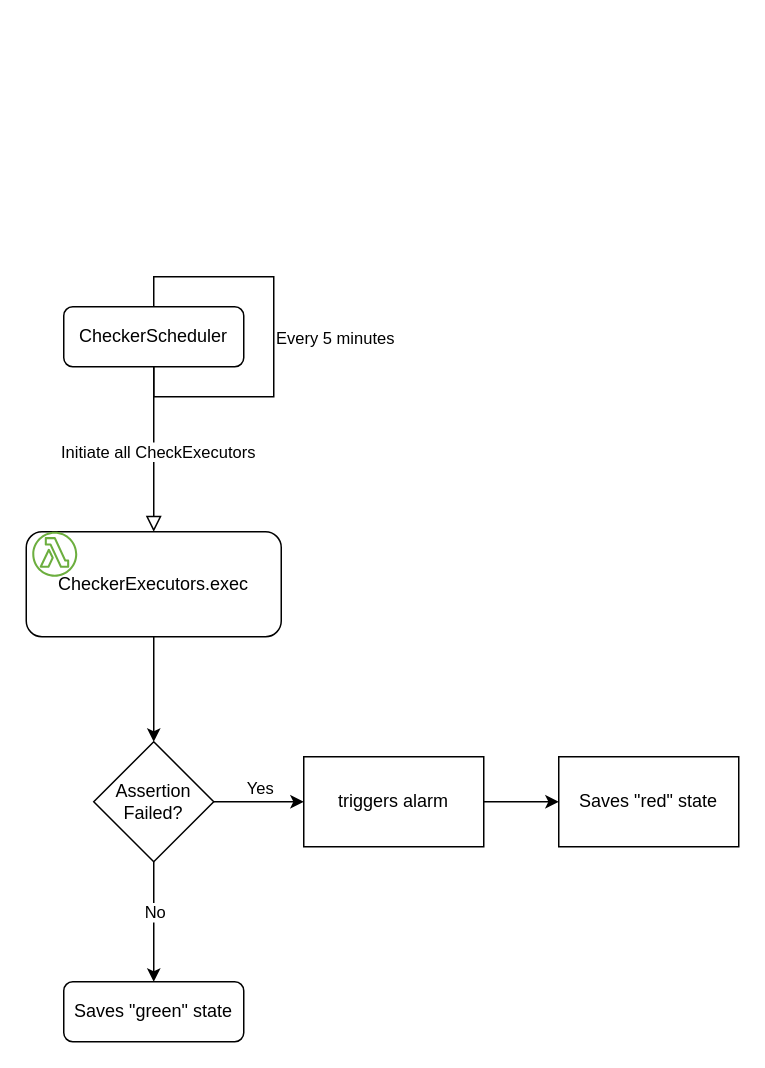
Before: Untitled Diagram.drawio in era/malleable-checker, a draw.io diagram. Source tidied: cells renumbered, new cells numbered last; positions are measured from the earlier drawing's top-left corner, leaving out a move shared by most shapes. Both pictures are drawn from the tidied source at 150%, with x=0, y=0 at pixel (26, 306).
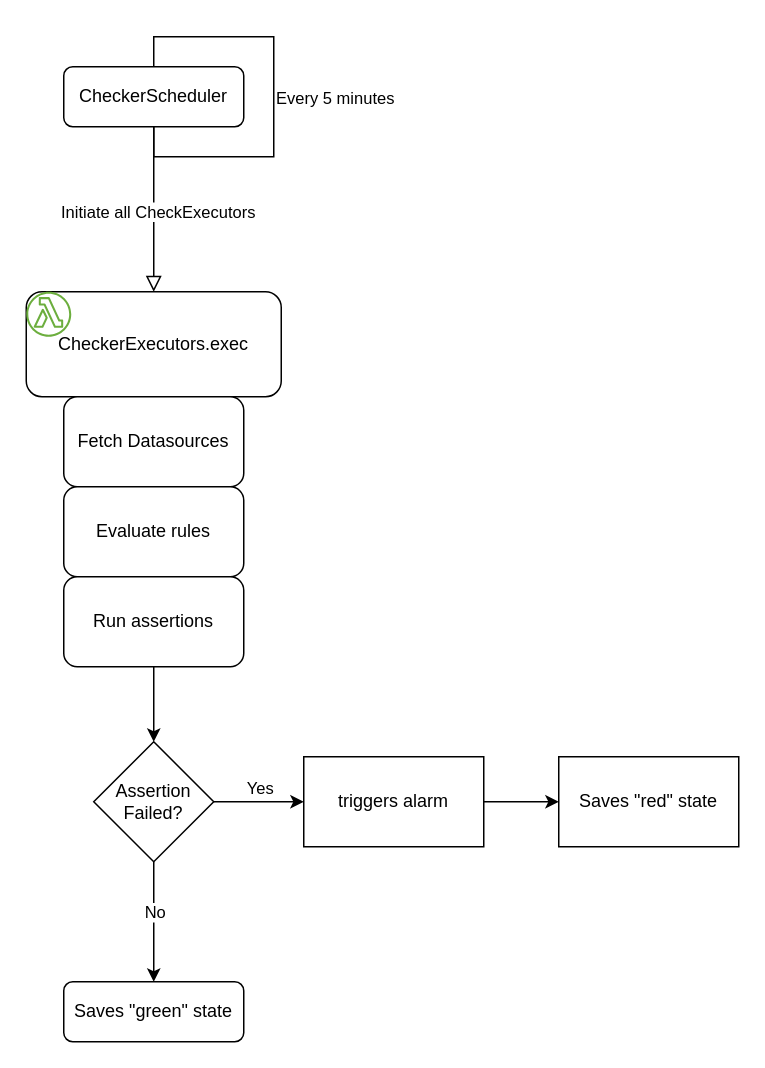
The same page after the edit.

Diff of the diagram source:
```diff
@@
     <mxCell id="6" value="CheckerScheduler" style="rounded=1;whiteSpace=wrap;html=1;fontSize=12;glass=0;strokeWidth=1;shadow=0;" parent="1" vertex="1">
-      <mxGeometry x="25" width="120" height="40" as="geometry" />
+      <mxGeometry x="25" y="-160" width="120" height="40" as="geometry" />
     </mxCell>
@@
     <mxCell id="8" value="CheckerExecutors.exec" style="rounded=1;whiteSpace=wrap;html=1;" parent="1" vertex="1">
-      <mxGeometry y="150" width="170" height="70" as="geometry" />
+      <mxGeometry y="-10" width="170" height="70" as="geometry" />
     </mxCell>
     <mxCell id="9" style="sketch=0;fontColor=#232F3E;gradientColor=none;fillColor=#6CAE3E;strokeColor=none;dashed=0;verticalLabelPosition=bottom;verticalAlign=top;align=center;html=1;fontSize=12;fontStyle=0;shape=mxgraph.aws4.lambda_function;" parent="1" vertex="1">
-      <mxGeometry x="4" y="150" width="30" height="30" as="geometry" />
+      <mxGeometry y="-10" width="30" height="30" as="geometry" />
     </mxCell>
@@
+    <mxCell id="19" value="Fetch Datasources" style="rounded=1;whiteSpace=wrap;html=1;" parent="1" vertex="1">
+      <mxGeometry x="25" y="60" width="120" height="60" as="geometry" />
+    </mxCell>
+    <mxCell id="20" value="Evaluate rules" style="rounded=1;whiteSpace=wrap;html=1;" parent="1" vertex="1">
+      <mxGeometry x="25" y="120" width="120" height="60" as="geometry" />
+    </mxCell>
+    <mxCell id="21" value="Run assertions" style="rounded=1;whiteSpace=wrap;html=1;" parent="1" vertex="1">
+      <mxGeometry x="25" y="180" width="120" height="60" as="geometry" />
+    </mxCell>
```
